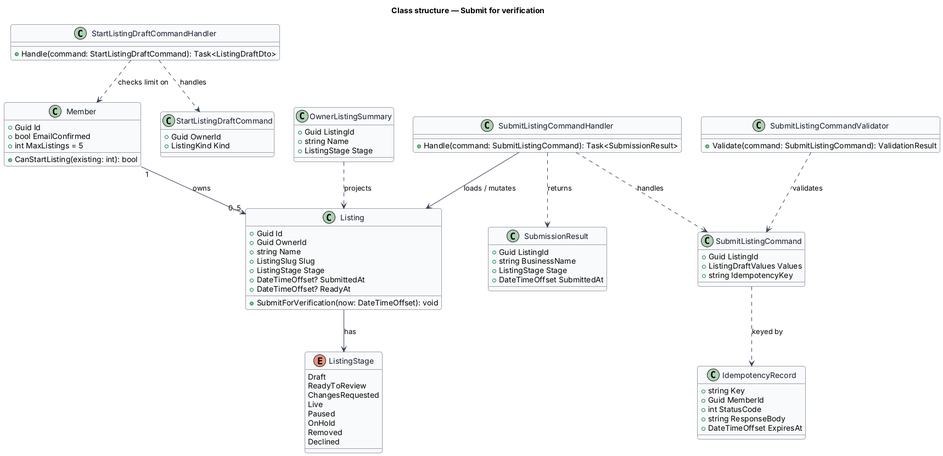
Above: docs/detailed-designs/onboarding/submit-for-verification/diagrams/class-structure.png in QuinntyneBrown/jubilee (PlantUML), before the change.
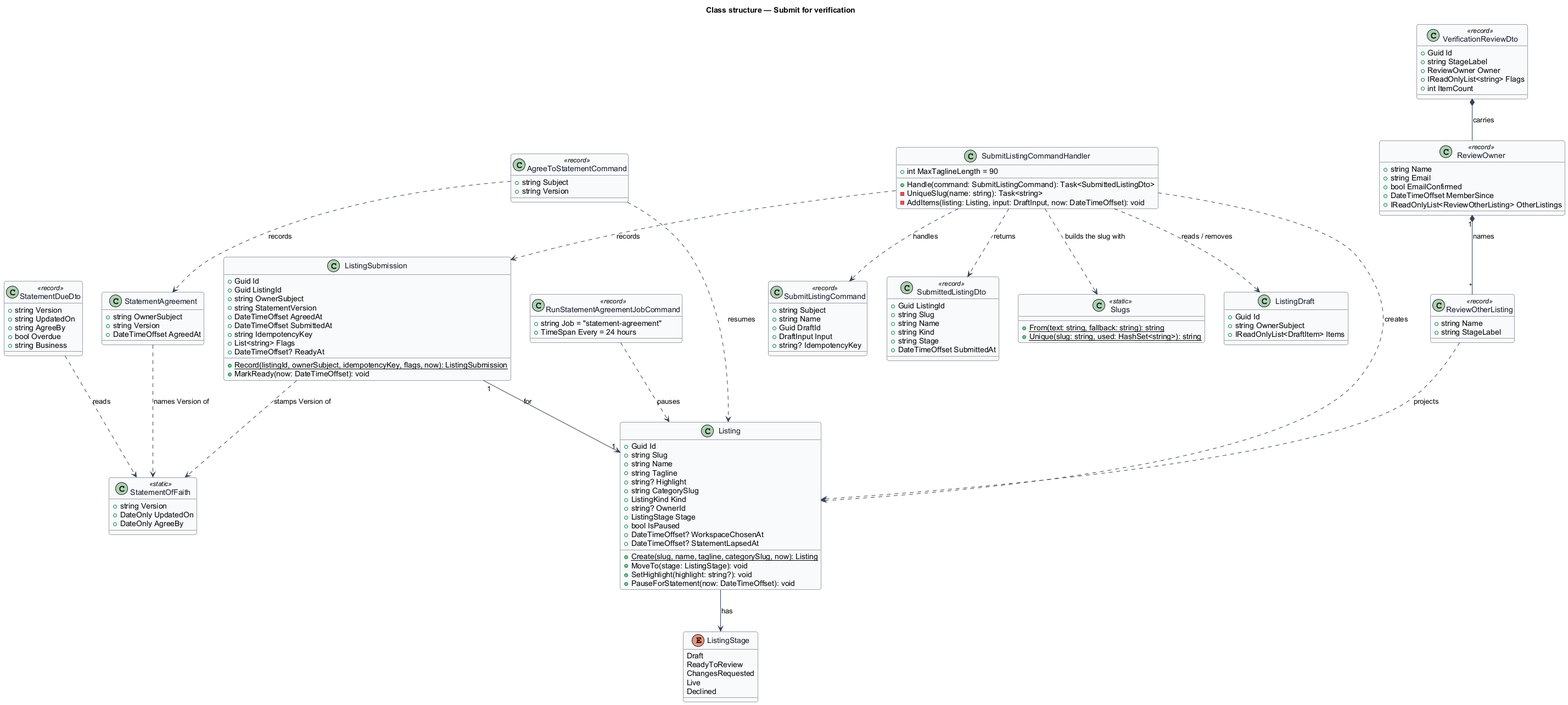
After the commit.

Diff of the diagram source:
```diff
@@ -16,82 +16,143 @@
   ReadyToReview
   ChangesRequested
   Live
-  Paused
-  OnHold
-  Removed
   Declined
 }
 
 class Listing {
   +Guid Id
-  +Guid OwnerId
+  +string Slug
   +string Name
-  +ListingSlug Slug
+  +string Tagline
+  +string? Highlight
+  +string CategorySlug
+  +ListingKind Kind
+  +string? OwnerId
   +ListingStage Stage
-  +DateTimeOffset? SubmittedAt
-  +DateTimeOffset? ReadyAt
-  +SubmitForVerification(now: DateTimeOffset): void
+  +bool IsPaused
+  +DateTimeOffset? WorkspaceChosenAt
+  +DateTimeOffset? StatementLapsedAt
+  +{static} Create(slug, name, tagline, categorySlug, now): Listing
+  +MoveTo(stage: ListingStage): void
+  +SetHighlight(highlight: string?): void
+  +PauseForStatement(now: DateTimeOffset): void
 }
 
-class Member {
+class ListingDraft {
   +Guid Id
-  +bool EmailConfirmed
-  +int MaxListings = 5
-  +CanStartListing(existing: int): bool
+  +string OwnerSubject
+  +IReadOnlyList<DraftItem> Items
 }
 
-class SubmitListingCommand {
+class ListingSubmission {
+  +Guid Id
   +Guid ListingId
-  +ListingDraftValues Values
+  +string OwnerSubject
+  +string StatementVersion
+  +DateTimeOffset AgreedAt
+  +DateTimeOffset SubmittedAt
   +string IdempotencyKey
+  +List<string> Flags
+  +DateTimeOffset? ReadyAt
+  +{static} Record(listingId, ownerSubject, idempotencyKey, flags, now): ListingSubmission
+  +MarkReady(now: DateTimeOffset): void
 }
 
-class SubmitListingCommandValidator {
-  +Validate(command: SubmitListingCommand): ValidationResult
+class StatementOfFaith <<static>> {
+  +string Version
+  +DateOnly UpdatedOn
+  +DateOnly AgreeBy
+}
+
+class StatementAgreement {
+  +string OwnerSubject
+  +string Version
+  +DateTimeOffset AgreedAt
+}
+
+class SubmitListingCommand <<record>> {
+  +string Subject
+  +string Name
+  +Guid DraftId
+  +DraftInput Input
+  +string? IdempotencyKey
 }
 
 class SubmitListingCommandHandler {
-  +Handle(command: SubmitListingCommand): Task<SubmissionResult>
+  +int MaxTaglineLength = 90
+  +Handle(command: SubmitListingCommand): Task<SubmittedListingDto>
+  -UniqueSlug(name: string): Task<string>
+  -AddItems(listing: Listing, input: DraftInput, now: DateTimeOffset): void
 }
 
-class SubmissionResult {
+class SubmittedListingDto <<record>> {
   +Guid ListingId
-  +string BusinessName
-  +ListingStage Stage
+  +string Slug
+  +string Name
+  +string Kind
+  +string Stage
   +DateTimeOffset SubmittedAt
 }
 
-class StartListingDraftCommand {
-  +Guid OwnerId
-  +ListingKind Kind
+class Slugs <<static>> {
+  +{static} From(text: string, fallback: string): string
+  +{static} Unique(slug: string, used: HashSet<string>): string
 }
 
-class StartListingDraftCommandHandler {
-  +Handle(command: StartListingDraftCommand): Task<ListingDraftDto>
+class AgreeToStatementCommand <<record>> {
+  +string Subject
+  +string Version
 }
 
-class OwnerListingSummary {
-  +Guid ListingId
-  +string Name
-  +ListingStage Stage
+class StatementDueDto <<record>> {
+  +string Version
+  +string UpdatedOn
+  +string AgreeBy
+  +bool Overdue
+  +string Business
 }
 
-class IdempotencyRecord {
-  +string Key
-  +Guid MemberId
-  +int StatusCode
-  +string ResponseBody
-  +DateTimeOffset ExpiresAt
+class RunStatementAgreementJobCommand <<record>> {
+  +string Job = "statement-agreement"
+  +TimeSpan Every = 24 hours
 }
 
-Member "1" --> "0..5" Listing : owns
+class ReviewOwner <<record>> {
+  +string Name
+  +string Email
+  +bool EmailConfirmed
+  +DateTimeOffset MemberSince
+  +IReadOnlyList<ReviewOtherListing> OtherListings
+}
+
+class ReviewOtherListing <<record>> {
+  +string Name
+  +string StageLabel
+}
+
+class VerificationReviewDto <<record>> {
+  +Guid Id
+  +string StageLabel
+  +ReviewOwner Owner
+  +IReadOnlyList<string> Flags
+  +int ItemCount
+}
+
 Listing --> ListingStage : has
 SubmitListingCommandHandler ..> SubmitListingCommand : handles
-SubmitListingCommandValidator ..> SubmitListingCommand : validates
-SubmitListingCommandHandler --> Listing : loads / mutates
-SubmitListingCommandHandler ..> SubmissionResult : returns
-SubmitListingCommand ..> IdempotencyRecord : keyed by
-StartListingDraftCommandHandler ..> StartListingDraftCommand : handles
-StartListingDraftCommandHandler ..> Member : checks limit on
-OwnerListingSummary ..> Listing : projects
+SubmitListingCommandHandler ..> ListingDraft : reads / removes
+SubmitListingCommandHandler ..> Listing : creates
+SubmitListingCommandHandler ..> ListingSubmission : records
+SubmitListingCommandHandler ..> Slugs : builds the slug with
+SubmitListingCommandHandler ..> SubmittedListingDto : returns
+ListingSubmission "1" --> "1" Listing : for
+ListingSubmission ..> StatementOfFaith : stamps Version of
+StatementAgreement ..> StatementOfFaith : names Version of
+AgreeToStatementCommand ..> StatementAgreement : records
+AgreeToStatementCommand ..> Listing : resumes
+StatementDueDto ..> StatementOfFaith : reads
+RunStatementAgreementJobCommand ..> Listing : pauses
+VerificationReviewDto *-- ReviewOwner : carries
+ReviewOwner "1" *-- "*" ReviewOtherListing : names
+ReviewOtherListing ..> Listing : projects
 @enduml
```
